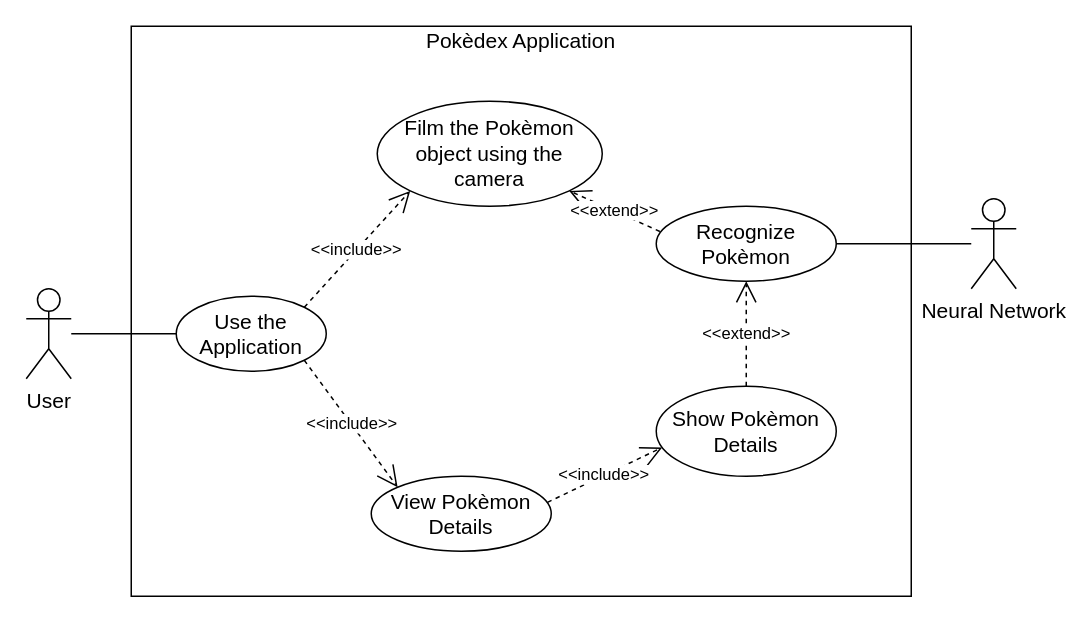
This is docs/diagrams/use_cases.drawio from TryKatChup/Poke-Pi-Dex, a draw.io file, before an edit. Source tidied: cells renumbered, new cells numbered last; positions are measured from the earlier drawing's top-left corner, leaving out a move shared by most shapes. Both pictures are drawn from the tidied source at 150%, with x=0, y=0 at pixel (26, 26).
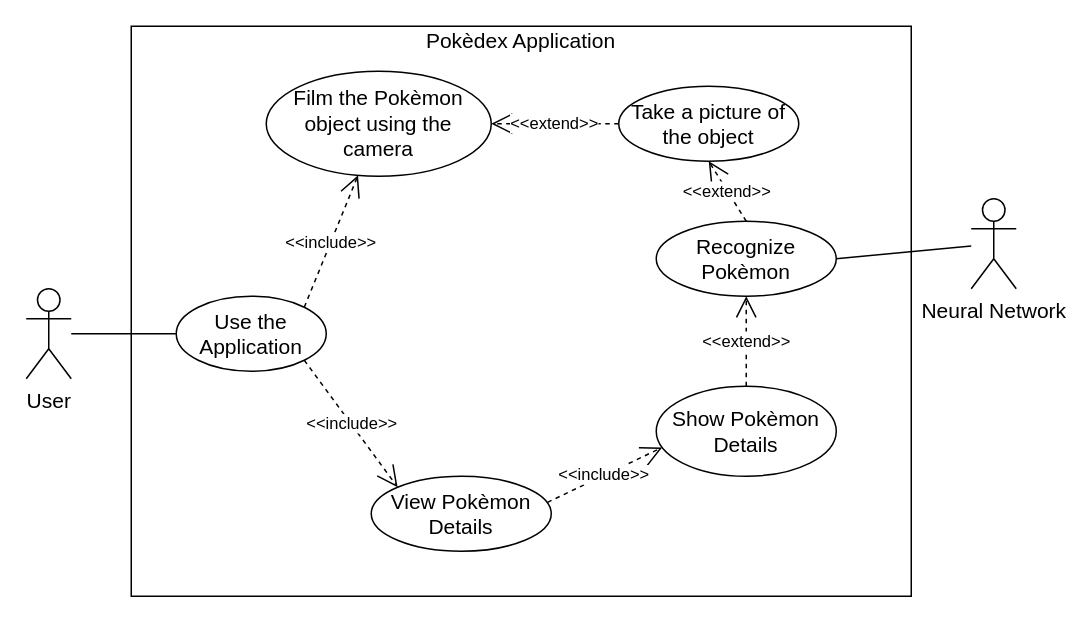
The same diagram, later.

Commit message (it also covers changes not shown here):
update use_cases diagram

The change refers to these unchanged cells:
```xml
<mxCell id="7" value="&lt;font&gt;&lt;font style=&quot;font-size: 14px&quot;&gt;Use the Application&lt;/font&gt;&lt;br&gt;&lt;/font&gt;" style="ellipse;whiteSpace=wrap;html=1;" parent="1" vertex="1">
  <mxGeometry x="100" y="180" width="100" height="50" as="geometry" />
</mxCell>
```

What changed in the source:
```diff
@@
     <mxCell id="5" value="&lt;font&gt;&lt;font style=&quot;font-size: 14px&quot;&gt;Film the Pokèmon object using the camera&lt;/font&gt;&lt;br&gt;&lt;/font&gt;" style="ellipse;whiteSpace=wrap;html=1;" parent="1" vertex="1">
-      <mxGeometry x="234" y="50" width="150" height="70" as="geometry" />
+      <mxGeometry x="160" y="30" width="150" height="70" as="geometry" />
     </mxCell>
     <mxCell id="6" value="&lt;font&gt;&lt;font style=&quot;font-size: 14px&quot;&gt;Recognize Pokèmon&lt;/font&gt;&lt;br&gt;&lt;/font&gt;" style="ellipse;whiteSpace=wrap;html=1;" parent="1" vertex="1">
-      <mxGeometry x="420" y="120" width="120" height="50" as="geometry" />
+      <mxGeometry x="420" y="130" width="120" height="50" as="geometry" />
     </mxCell>
@@
-    <mxCell id="13" value="&amp;lt;&amp;lt;include&amp;gt;&amp;gt;" style="endArrow=open;endSize=12;dashed=1;html=1;rounded=0;exitX=1;exitY=0;exitDx=0;exitDy=0;entryX=0;entryY=1;entryDx=0;entryDy=0;" parent="1" edge="1" source="7" target="5">
+    <mxCell id="13" value="&amp;lt;&amp;lt;include&amp;gt;&amp;gt;" style="endArrow=open;endSize=12;dashed=1;html=1;rounded=0;exitX=1;exitY=0;exitDx=0;exitDy=0;" parent="1" edge="1" source="7" target="5">
       <mxGeometry relative="1" as="geometry" />
     </mxCell>
-    <mxCell id="14" value="&amp;lt;&amp;lt;extend&amp;gt;&amp;gt;" style="endArrow=open;endSize=12;dashed=1;html=1;rounded=0;exitX=0.02;exitY=0.336;exitDx=0;exitDy=0;entryX=1;entryY=1;entryDx=0;entryDy=0;exitPerimeter=0;" parent="1" edge="1" source="6" target="5">
-      <mxGeometry relative="1" as="geometry" />
+    <mxCell id="14" value="&amp;lt;&amp;lt;extend&amp;gt;&amp;gt;" style="endArrow=open;endSize=12;dashed=1;html=1;rounded=0;exitX=0;exitY=0.5;exitDx=0;exitDy=0;" parent="1" edge="1" source="18">
+      <mxGeometry relative="1" as="geometry">
+        <mxPoint x="310" y="65" as="targetPoint" />
+      </mxGeometry>
     </mxCell>
@@
+    <mxCell id="18" value="&lt;font&gt;&lt;font style=&quot;font-size: 14px&quot;&gt;Take a picture of the object&lt;/font&gt;&lt;br&gt;&lt;/font&gt;" style="ellipse;whiteSpace=wrap;html=1;" parent="1" vertex="1">
+      <mxGeometry x="395" y="40" width="120" height="50" as="geometry" />
+    </mxCell>
+    <mxCell id="19" value="&amp;lt;&amp;lt;extend&amp;gt;&amp;gt;" style="endArrow=open;endSize=12;dashed=1;html=1;rounded=0;exitX=0.5;exitY=0;exitDx=0;exitDy=0;entryX=0.5;entryY=1;entryDx=0;entryDy=0;" parent="1" edge="1" source="6" target="18">
+      <mxGeometry relative="1" as="geometry" />
+    </mxCell>
```
